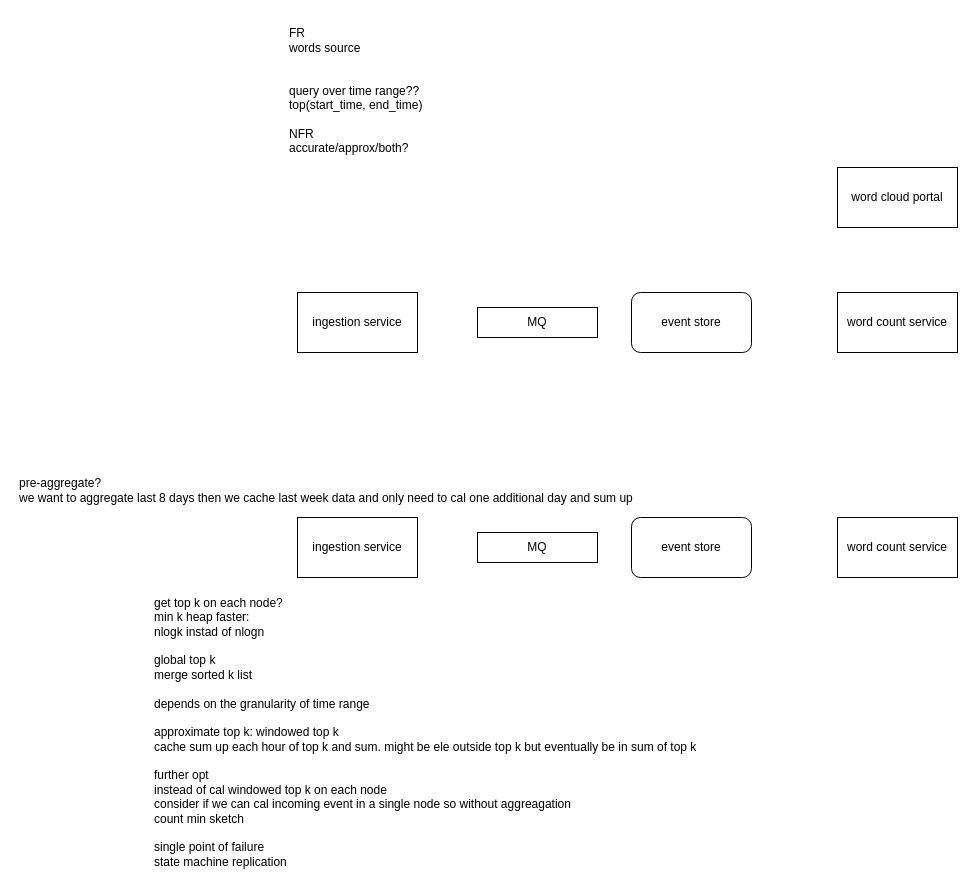
Above: page "wordcloud" (8 of 9) of practise.drawio in kankaiz/drawio (draw.io), before the change. Source tidied: cells renumbered, new cells numbered last; positions are measured from the earlier drawing's top-left corner, leaving out a move shared by most shapes. Both pictures are drawn from the tidied source at 100%, with x=0, y=0 at pixel (17, 17).
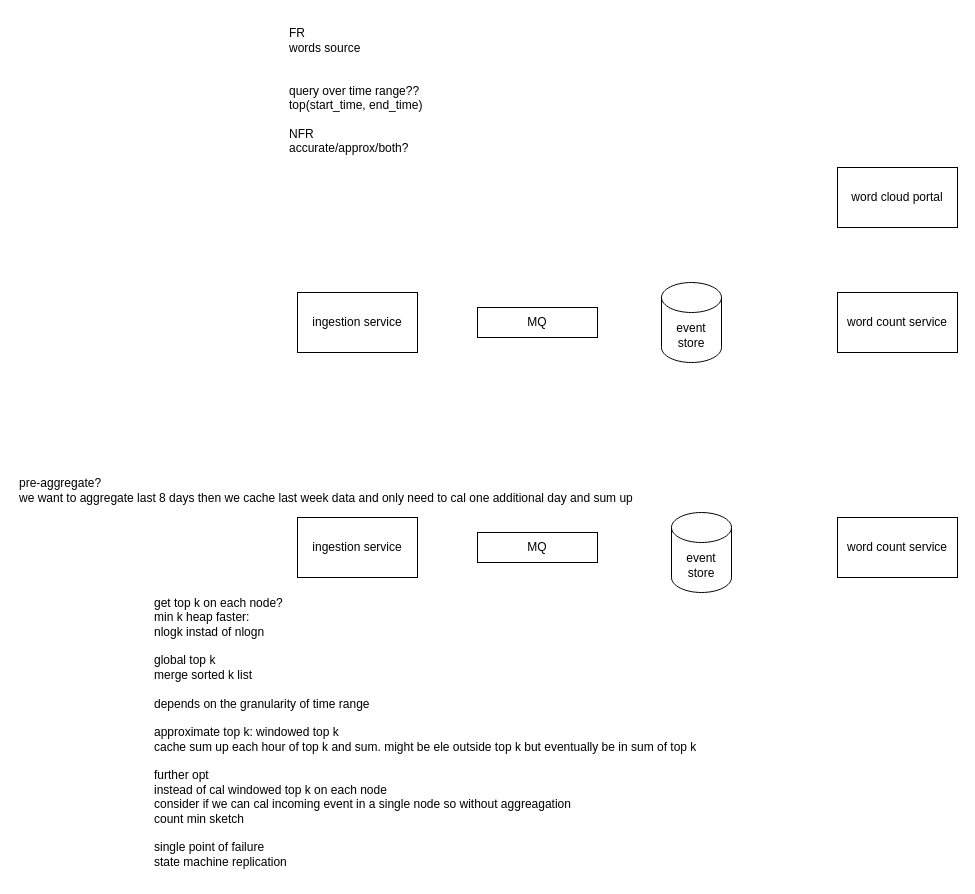
The same page after the edit.

Diff of the diagram source:
```diff
@@
 <mxGraphModel>
   <root>
     <mxCell id="0" />
     <mxCell id="1" parent="0" />
     <mxCell id="2" value="FR&lt;div&gt;words source&lt;/div&gt;&lt;div&gt;&lt;br&gt;&lt;div&gt;&lt;br&gt;&lt;/div&gt;&lt;div&gt;query over time range??&lt;/div&gt;&lt;div&gt;top(start_time, end_time)&lt;/div&gt;&lt;div&gt;&lt;br&gt;&lt;/div&gt;&lt;div&gt;NFR&lt;/div&gt;&lt;/div&gt;&lt;div&gt;accurate/approx/both?&lt;/div&gt;&lt;div&gt;&lt;br&gt;&lt;/div&gt;&lt;div&gt;&lt;br&gt;&lt;/div&gt;&lt;div&gt;&lt;br&gt;&lt;/div&gt;" style="text;html=1;align=left;verticalAlign=middle;strokeColor=none;fillColor=none;" parent="1" vertex="1">
       <mxGeometry x="270" width="160" height="190" as="geometry" />
     </mxCell>
     <mxCell id="3" value="ingestion service" style="rounded=0;whiteSpace=wrap;html=1;" parent="1" vertex="1">
       <mxGeometry x="280" y="275" width="120" height="60" as="geometry" />
     </mxCell>
     <mxCell id="4" value="word count service" style="rounded=0;whiteSpace=wrap;html=1;" parent="1" vertex="1">
       <mxGeometry x="820" y="275" width="120" height="60" as="geometry" />
     </mxCell>
     <mxCell id="5" value="word cloud portal" style="rounded=0;whiteSpace=wrap;html=1;" parent="1" vertex="1">
       <mxGeometry x="820" y="150" width="120" height="60" as="geometry" />
     </mxCell>
     <mxCell id="6" value="MQ" style="rounded=0;whiteSpace=wrap;html=1;" parent="1" vertex="1">
       <mxGeometry x="460" y="290" width="120" height="30" as="geometry" />
     </mxCell>
-    <mxCell id="7" value="event store" style="rounded=1;whiteSpace=wrap;html=1;" parent="1" vertex="1">
-      <mxGeometry x="614" y="275" width="120" height="60" as="geometry" />
-    </mxCell>
     <mxCell id="8" value="ingestion service" style="rounded=0;whiteSpace=wrap;html=1;" parent="1" vertex="1">
       <mxGeometry x="280" y="500" width="120" height="60" as="geometry" />
     </mxCell>
     <mxCell id="9" value="word count service" style="rounded=0;whiteSpace=wrap;html=1;" parent="1" vertex="1">
       <mxGeometry x="820" y="500" width="120" height="60" as="geometry" />
     </mxCell>
     <mxCell id="10" value="MQ" style="rounded=0;whiteSpace=wrap;html=1;" parent="1" vertex="1">
       <mxGeometry x="460" y="515" width="120" height="30" as="geometry" />
     </mxCell>
-    <mxCell id="11" value="event store" style="rounded=1;whiteSpace=wrap;html=1;" parent="1" vertex="1">
-      <mxGeometry x="614" y="500" width="120" height="60" as="geometry" />
-    </mxCell>
     <mxCell id="12" value="pre-aggregate?&lt;div&gt;we want to aggregate last 8 days then we cache last week data and only need to cal one additional day and sum up&lt;/div&gt;" style="text;html=1;align=left;verticalAlign=middle;strokeColor=none;fillColor=none;" parent="1" vertex="1">
       <mxGeometry y="453" width="640" height="40" as="geometry" />
     </mxCell>
     <mxCell id="13" value="get top k on each node?&lt;div&gt;min k heap faster:&lt;/div&gt;&lt;div&gt;nlogk instad of nlogn&lt;/div&gt;&lt;div&gt;&lt;br&gt;&lt;/div&gt;&lt;div&gt;global top k&lt;/div&gt;&lt;div&gt;merge sorted k list&lt;/div&gt;&lt;div&gt;&lt;br&gt;&lt;/div&gt;&lt;div&gt;depends on the granularity of time range&lt;/div&gt;&lt;div&gt;&lt;br&gt;&lt;/div&gt;&lt;div&gt;approximate top k: windowed top k&lt;/div&gt;&lt;div&gt;cache sum up each hour of top k and sum. might be ele outside top k but eventually be in sum of top k&lt;/div&gt;&lt;div&gt;&lt;br&gt;&lt;/div&gt;&lt;div&gt;further opt&lt;/div&gt;&lt;div&gt;instead of cal windowed top k on each node&lt;/div&gt;&lt;div&gt;consider if we can cal incoming event in a single node so without aggreagation&lt;/div&gt;&lt;div&gt;count min sketch&lt;/div&gt;&lt;div&gt;&lt;br&gt;&lt;/div&gt;&lt;div&gt;single point of failure&lt;/div&gt;&lt;div&gt;state machine replication&lt;/div&gt;" style="text;html=1;align=left;verticalAlign=middle;strokeColor=none;fillColor=none;" parent="1" vertex="1">
       <mxGeometry x="135" y="570" width="570" height="290" as="geometry" />
     </mxCell>
+    <mxCell id="14" value="event store" style="shape=cylinder3;whiteSpace=wrap;html=1;boundedLbl=1;backgroundOutline=1;size=15;" parent="1" vertex="1">
+      <mxGeometry x="644" y="265" width="60" height="80" as="geometry" />
+    </mxCell>
+    <mxCell id="15" value="event store" style="shape=cylinder3;whiteSpace=wrap;html=1;boundedLbl=1;backgroundOutline=1;size=15;" parent="1" vertex="1">
+      <mxGeometry x="654" y="495" width="60" height="80" as="geometry" />
+    </mxCell>
   </root>
 </mxGraphModel>
```
